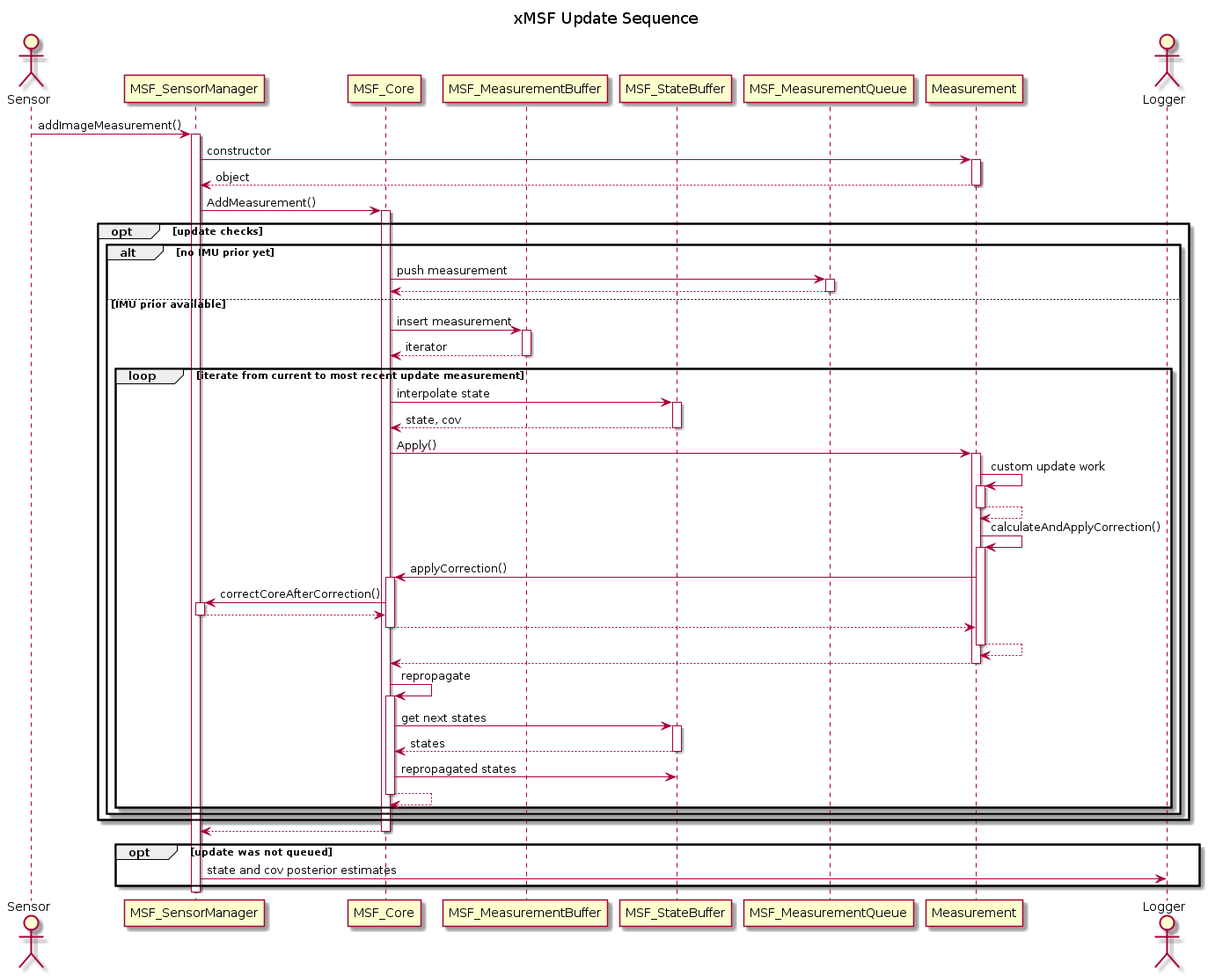
Earlier version of the PlantUML export seq_x_msf_update.png (jpl-x/x_uml).
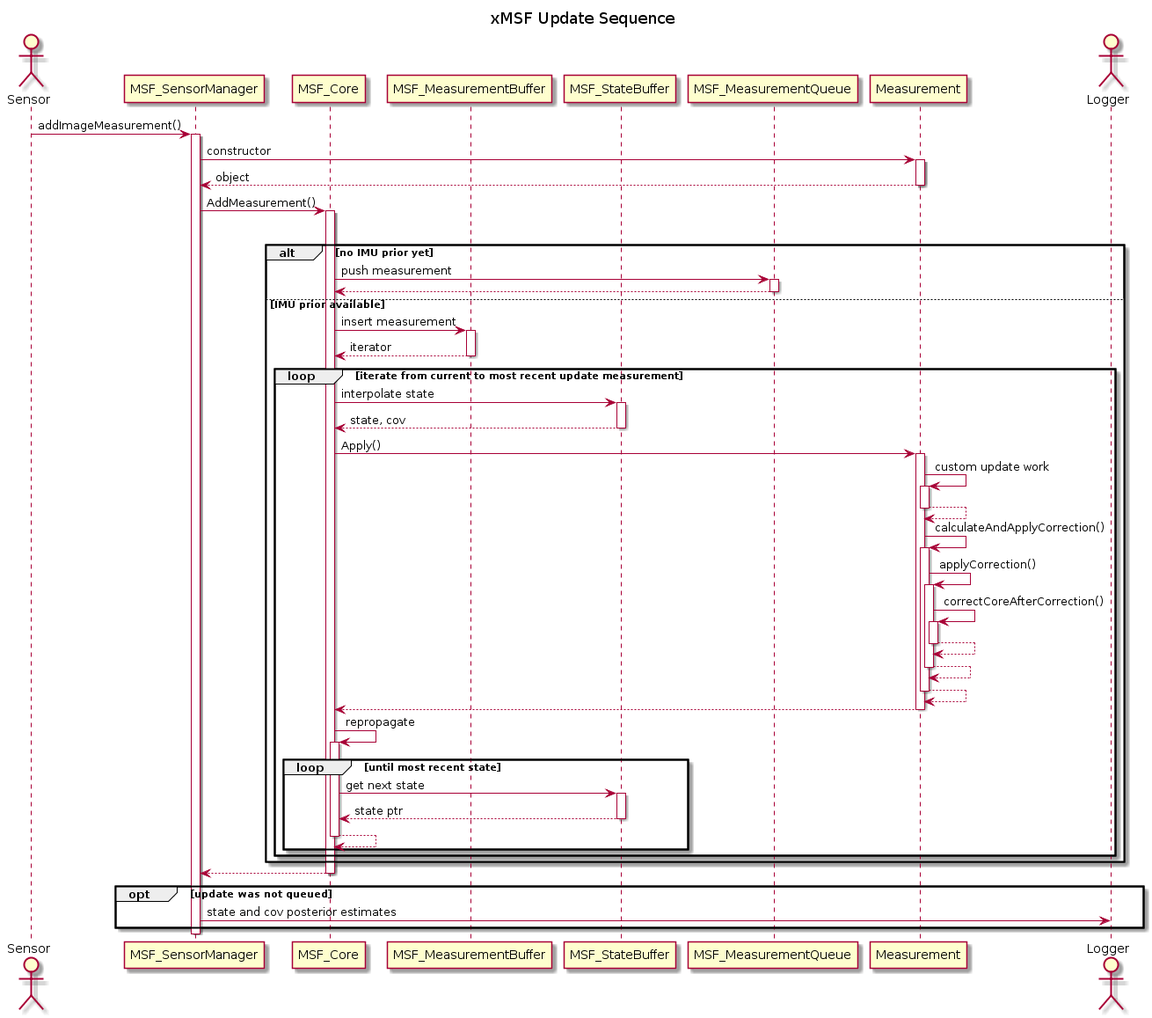
Later version of the same file.

What changed in the source:
```diff
@@ -37,17 +37,18 @@
       Measurement->Measurement++: custom update work
       Measurement<--Measurement--
       Measurement->Measurement++: calculateAndApplyCorrection()
-      Measurement->MSF_Core++: applyCorrection()
-      MSF_Core->MSF_SensorManager++: correctCoreAfterCorrection()
-      MSF_Core<--MSF_SensorManager--
-      Measurement<--MSF_Core--
+      Measurement->Measurement++: applyCorrection()
+      Measurement->Measurement++: correctCoreAfterCorrection()
+      Measurement<--Measurement--
+      Measurement<--Measurement--
       Measurement<--Measurement--
       MSF_Core<--Measurement--
 
       MSF_Core->MSF_Core++: repropagate
-      MSF_Core->MSF_StateBuffer++: get next states
-      MSF_Core<--MSF_StateBuffer--: states
-      MSF_Core->MSF_StateBuffer: repropagated states
+
+      loop until most recent state
+        MSF_Core->MSF_StateBuffer++: get next state
+        MSF_Core<--MSF_StateBuffer--: state ptr
       MSF_Core<--MSF_Core--
     end
 
```
